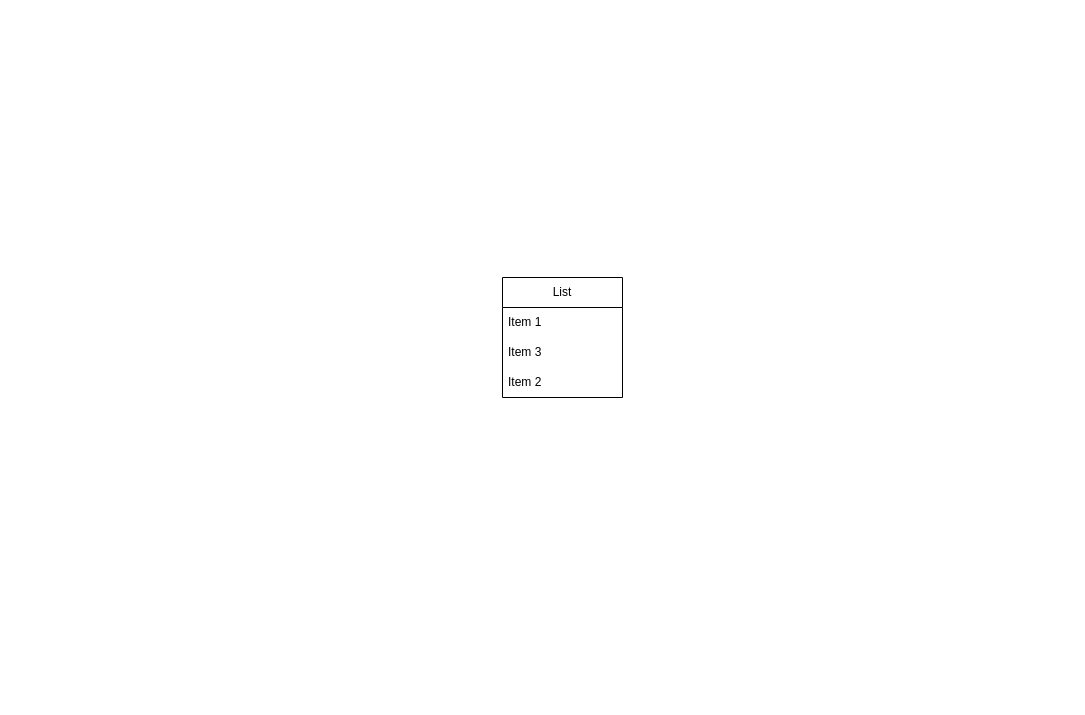
This is Activity1.drawio from CarlotaAyala/DataBase-act-1, a draw.io file, before an edit. Source tidied: cells renumbered, new cells numbered last; positions are measured from the earlier drawing's top-left corner, leaving out a move shared by most shapes. Both pictures are drawn from the tidied source at 100%, with x=0, y=0 at pixel (502, 277).
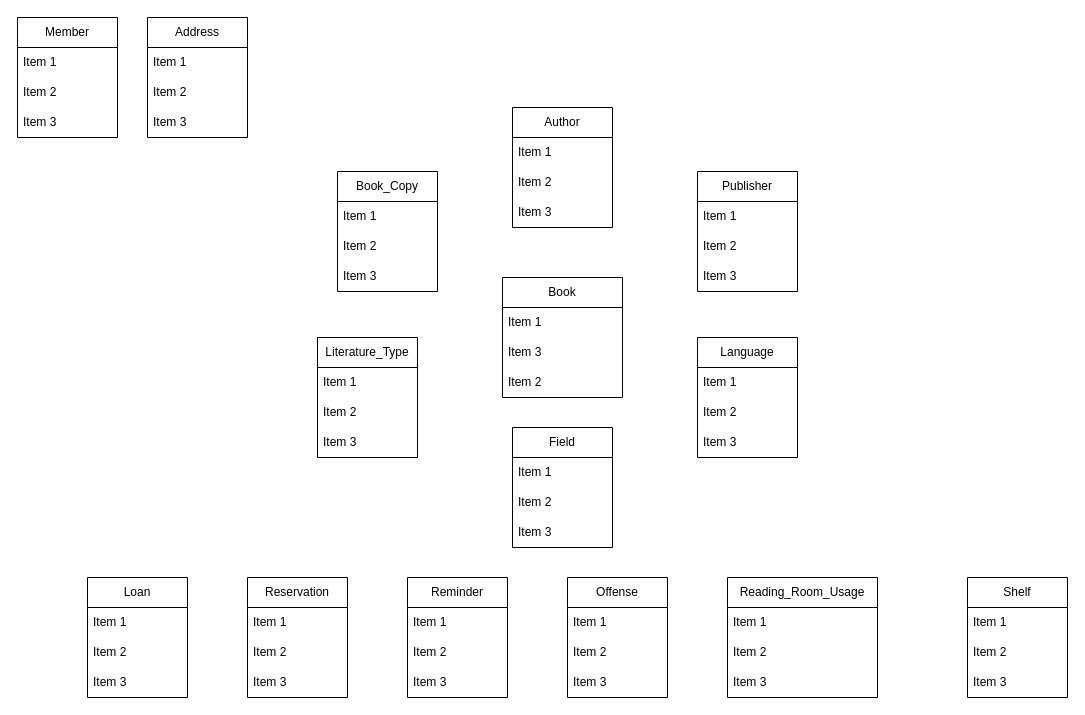
The same diagram, later.

What changed in the source:
```diff
@@
-    <mxCell id="2" value="List" style="swimlane;fontStyle=0;horizontal=1;startSize=30;whiteSpace=wrap;html=1;" parent="1" vertex="1">
+    <mxCell id="2" value="Book" style="swimlane;fontStyle=0;horizontal=1;startSize=30;whiteSpace=wrap;html=1;" parent="1" vertex="1">
       <mxGeometry width="120" height="120" as="geometry" />
     </mxCell>
@@
+    <mxCell id="6" value="Author" style="swimlane;fontStyle=0;horizontal=1;startSize=30;whiteSpace=wrap;html=1;" parent="1" vertex="1">
+      <mxGeometry x="10" y="-170" width="100" height="120" as="geometry" />
+    </mxCell>
+    <mxCell id="7" value="Item 1" style="text;strokeColor=none;fillColor=none;align=left;verticalAlign=middle;spacingLeft=4;spacingRight=4;overflow=hidden;whiteSpace=wrap;html=1;" parent="6" vertex="1">
+      <mxGeometry y="30" width="100" height="30" as="geometry" />
+    </mxCell>
+    <mxCell id="8" value="Item 2" style="text;strokeColor=none;fillColor=none;align=left;verticalAlign=middle;spacingLeft=4;spacingRight=4;overflow=hidden;whiteSpace=wrap;html=1;" parent="6" vertex="1">
+      <mxGeometry y="60" width="100" height="30" as="geometry" />
+    </mxCell>
+    <mxCell id="9" value="Item 3" style="text;strokeColor=none;fillColor=none;align=left;verticalAlign=middle;spacingLeft=4;spacingRight=4;overflow=hidden;whiteSpace=wrap;html=1;" parent="6" vertex="1">
+      <mxGeometry y="90" width="100" height="30" as="geometry" />
+    </mxCell>
+    <mxCell id="10" value="Publisher" style="swimlane;fontStyle=0;horizontal=1;startSize=30;whiteSpace=wrap;html=1;" parent="1" vertex="1">
+      <mxGeometry x="195" y="-106" width="100" height="120" as="geometry" />
+    </mxCell>
+    <mxCell id="11" value="Item 1" style="text;strokeColor=none;fillColor=none;align=left;verticalAlign=middle;spacingLeft=4;spacingRight=4;overflow=hidden;whiteSpace=wrap;html=1;" parent="10" vertex="1">
+      <mxGeometry y="30" width="100" height="30" as="geometry" />
+    </mxCell>
+    <mxCell id="12" value="Item 2" style="text;strokeColor=none;fillColor=none;align=left;verticalAlign=middle;spacingLeft=4;spacingRight=4;overflow=hidden;whiteSpace=wrap;html=1;" parent="10" vertex="1">
+      <mxGeometry y="60" width="100" height="30" as="geometry" />
+    </mxCell>
+    <mxCell id="13" value="Item 3" style="text;strokeColor=none;fillColor=none;align=left;verticalAlign=middle;spacingLeft=4;spacingRight=4;overflow=hidden;whiteSpace=wrap;html=1;" parent="10" vertex="1">
+      <mxGeometry y="90" width="100" height="30" as="geometry" />
+    </mxCell>
+    <mxCell id="14" value="Language" style="swimlane;fontStyle=0;horizontal=1;startSize=30;whiteSpace=wrap;html=1;" parent="1" vertex="1">
+      <mxGeometry x="195" y="60" width="100" height="120" as="geometry" />
+    </mxCell>
+    <mxCell id="15" value="Item 1" style="text;strokeColor=none;fillColor=none;align=left;verticalAlign=middle;spacingLeft=4;spacingRight=4;overflow=hidden;whiteSpace=wrap;html=1;" parent="14" vertex="1">
+      <mxGeometry y="30" width="100" height="30" as="geometry" />
+    </mxCell>
+    <mxCell id="16" value="Item 2" style="text;strokeColor=none;fillColor=none;align=left;verticalAlign=middle;spacingLeft=4;spacingRight=4;overflow=hidden;whiteSpace=wrap;html=1;" parent="14" vertex="1">
+      <mxGeometry y="60" width="100" height="30" as="geometry" />
+    </mxCell>
+    <mxCell id="17" value="Item 3" style="text;strokeColor=none;fillColor=none;align=left;verticalAlign=middle;spacingLeft=4;spacingRight=4;overflow=hidden;whiteSpace=wrap;html=1;" parent="14" vertex="1">
+      <mxGeometry y="90" width="100" height="30" as="geometry" />
+    </mxCell>
+    <mxCell id="18" value="Field" style="swimlane;fontStyle=0;horizontal=1;startSize=30;whiteSpace=wrap;html=1;" parent="1" vertex="1">
+      <mxGeometry x="10" y="150" width="100" height="120" as="geometry" />
+    </mxCell>
+    <mxCell id="19" value="Item 1" style="text;strokeColor=none;fillColor=none;align=left;verticalAlign=middle;spacingLeft=4;spacingRight=4;overflow=hidden;whiteSpace=wrap;html=1;" parent="18" vertex="1">
+      <mxGeometry y="30" width="100" height="30" as="geometry" />
+    </mxCell>
+    <mxCell id="20" value="Item 2" style="text;strokeColor=none;fillColor=none;align=left;verticalAlign=middle;spacingLeft=4;spacingRight=4;overflow=hidden;whiteSpace=wrap;html=1;" parent="18" vertex="1">
+      <mxGeometry y="60" width="100" height="30" as="geometry" />
+    </mxCell>
+    <mxCell id="21" value="Item 3" style="text;strokeColor=none;fillColor=none;align=left;verticalAlign=middle;spacingLeft=4;spacingRight=4;overflow=hidden;whiteSpace=wrap;html=1;" parent="18" vertex="1">
+      <mxGeometry y="90" width="100" height="30" as="geometry" />
+    </mxCell>
+    <mxCell id="22" value="Literature_Type" style="swimlane;fontStyle=0;horizontal=1;startSize=30;whiteSpace=wrap;html=1;" parent="1" vertex="1">
+      <mxGeometry x="-185" y="60" width="100" height="120" as="geometry" />
+    </mxCell>
+    <mxCell id="23" value="Item 1" style="text;strokeColor=none;fillColor=none;align=left;verticalAlign=middle;spacingLeft=4;spacingRight=4;overflow=hidden;whiteSpace=wrap;html=1;" parent="22" vertex="1">
+      <mxGeometry y="30" width="100" height="30" as="geometry" />
+    </mxCell>
+    <mxCell id="24" value="Item 2" style="text;strokeColor=none;fillColor=none;align=left;verticalAlign=middle;spacingLeft=4;spacingRight=4;overflow=hidden;whiteSpace=wrap;html=1;" parent="22" vertex="1">
+      <mxGeometry y="60" width="100" height="30" as="geometry" />
+    </mxCell>
+    <mxCell id="25" value="Item 3" style="text;strokeColor=none;fillColor=none;align=left;verticalAlign=middle;spacingLeft=4;spacingRight=4;overflow=hidden;whiteSpace=wrap;html=1;" parent="22" vertex="1">
+      <mxGeometry y="90" width="100" height="30" as="geometry" />
+    </mxCell>
+    <mxCell id="26" value="Book_Copy" style="swimlane;fontStyle=0;horizontal=1;startSize=30;whiteSpace=wrap;html=1;" parent="1" vertex="1">
+      <mxGeometry x="-165" y="-106" width="100" height="120" as="geometry" />
+    </mxCell>
+    <mxCell id="27" value="Item 1" style="text;strokeColor=none;fillColor=none;align=left;verticalAlign=middle;spacingLeft=4;spacingRight=4;overflow=hidden;whiteSpace=wrap;html=1;" parent="26" vertex="1">
+      <mxGeometry y="30" width="100" height="30" as="geometry" />
+    </mxCell>
+    <mxCell id="28" value="Item 2" style="text;strokeColor=none;fillColor=none;align=left;verticalAlign=middle;spacingLeft=4;spacingRight=4;overflow=hidden;whiteSpace=wrap;html=1;" parent="26" vertex="1">
+      <mxGeometry y="60" width="100" height="30" as="geometry" />
+    </mxCell>
+    <mxCell id="29" value="Item 3" style="text;strokeColor=none;fillColor=none;align=left;verticalAlign=middle;spacingLeft=4;spacingRight=4;overflow=hidden;whiteSpace=wrap;html=1;" parent="26" vertex="1">
+      <mxGeometry y="90" width="100" height="30" as="geometry" />
+    </mxCell>
+    <mxCell id="30" value="Member" style="swimlane;fontStyle=0;horizontal=1;startSize=30;whiteSpace=wrap;html=1;" parent="1" vertex="1">
+      <mxGeometry x="-485" y="-260" width="100" height="120" as="geometry" />
+    </mxCell>
+    <mxCell id="31" value="Item 1" style="text;strokeColor=none;fillColor=none;align=left;verticalAlign=middle;spacingLeft=4;spacingRight=4;overflow=hidden;whiteSpace=wrap;html=1;" parent="30" vertex="1">
+      <mxGeometry y="30" width="100" height="30" as="geometry" />
+    </mxCell>
+    <mxCell id="32" value="Item 2" style="text;strokeColor=none;fillColor=none;align=left;verticalAlign=middle;spacingLeft=4;spacingRight=4;overflow=hidden;whiteSpace=wrap;html=1;" parent="30" vertex="1">
+      <mxGeometry y="60" width="100" height="30" as="geometry" />
+    </mxCell>
+    <mxCell id="33" value="Item 3" style="text;strokeColor=none;fillColor=none;align=left;verticalAlign=middle;spacingLeft=4;spacingRight=4;overflow=hidden;whiteSpace=wrap;html=1;" parent="30" vertex="1">
+      <mxGeometry y="90" width="100" height="30" as="geometry" />
+    </mxCell>
+    <mxCell id="34" value="Address" style="swimlane;fontStyle=0;horizontal=1;startSize=30;whiteSpace=wrap;html=1;" parent="1" vertex="1">
+      <mxGeometry x="-355" y="-260" width="100" height="120" as="geometry" />
+    </mxCell>
+    <mxCell id="35" value="Item 1" style="text;strokeColor=none;fillColor=none;align=left;verticalAlign=middle;spacingLeft=4;spacingRight=4;overflow=hidden;whiteSpace=wrap;html=1;" parent="34" vertex="1">
+      <mxGeometry y="30" width="100" height="30" as="geometry" />
+    </mxCell>
+    <mxCell id="36" value="Item 2" style="text;strokeColor=none;fillColor=none;align=left;verticalAlign=middle;spacingLeft=4;spacingRight=4;overflow=hidden;whiteSpace=wrap;html=1;" parent="34" vertex="1">
+      <mxGeometry y="60" width="100" height="30" as="geometry" />
+    </mxCell>
+    <mxCell id="37" value="Item 3" style="text;strokeColor=none;fillColor=none;align=left;verticalAlign=middle;spacingLeft=4;spacingRight=4;overflow=hidden;whiteSpace=wrap;html=1;" parent="34" vertex="1">
+      <mxGeometry y="90" width="100" height="30" as="geometry" />
+    </mxCell>
+    <mxCell id="38" value="Loan" style="swimlane;fontStyle=0;horizontal=1;startSize=30;whiteSpace=wrap;html=1;" parent="1" vertex="1">
+      <mxGeometry x="-415" y="300" width="100" height="120" as="geometry" />
+    </mxCell>
+    <mxCell id="39" value="Item 1" style="text;strokeColor=none;fillColor=none;align=left;verticalAlign=middle;spacingLeft=4;spacingRight=4;overflow=hidden;whiteSpace=wrap;html=1;" parent="38" vertex="1">
+      <mxGeometry y="30" width="100" height="30" as="geometry" />
+    </mxCell>
+    <mxCell id="40" value="Item 2" style="text;strokeColor=none;fillColor=none;align=left;verticalAlign=middle;spacingLeft=4;spacingRight=4;overflow=hidden;whiteSpace=wrap;html=1;" parent="38" vertex="1">
+      <mxGeometry y="60" width="100" height="30" as="geometry" />
+    </mxCell>
+    <mxCell id="41" value="Item 3" style="text;strokeColor=none;fillColor=none;align=left;verticalAlign=middle;spacingLeft=4;spacingRight=4;overflow=hidden;whiteSpace=wrap;html=1;" parent="38" vertex="1">
+      <mxGeometry y="90" width="100" height="30" as="geometry" />
+    </mxCell>
+    <mxCell id="42" value="Reservation" style="swimlane;fontStyle=0;horizontal=1;startSize=30;whiteSpace=wrap;html=1;" parent="1" vertex="1">
+      <mxGeometry x="-255" y="300" width="100" height="120" as="geometry" />
+    </mxCell>
+    <mxCell id="43" value="Item 1" style="text;strokeColor=none;fillColor=none;align=left;verticalAlign=middle;spacingLeft=4;spacingRight=4;overflow=hidden;whiteSpace=wrap;html=1;" parent="42" vertex="1">
+      <mxGeometry y="30" width="100" height="30" as="geometry" />
+    </mxCell>
+    <mxCell id="44" value="Item 2" style="text;strokeColor=none;fillColor=none;align=left;verticalAlign=middle;spacingLeft=4;spacingRight=4;overflow=hidden;whiteSpace=wrap;html=1;" parent="42" vertex="1">
+      <mxGeometry y="60" width="100" height="30" as="geometry" />
+    </mxCell>
+    <mxCell id="45" value="Item 3" style="text;strokeColor=none;fillColor=none;align=left;verticalAlign=middle;spacingLeft=4;spacingRight=4;overflow=hidden;whiteSpace=wrap;html=1;" parent="42" vertex="1">
+      <mxGeometry y="90" width="100" height="30" as="geometry" />
+    </mxCell>
+    <mxCell id="46" value="Reminder" style="swimlane;fontStyle=0;horizontal=1;startSize=30;whiteSpace=wrap;html=1;" parent="1" vertex="1">
+      <mxGeometry x="-95" y="300" width="100" height="120" as="geometry" />
+    </mxCell>
+    <mxCell id="47" value="Item 1" style="text;strokeColor=none;fillColor=none;align=left;verticalAlign=middle;spacingLeft=4;spacingRight=4;overflow=hidden;whiteSpace=wrap;html=1;" parent="46" vertex="1">
+      <mxGeometry y="30" width="100" height="30" as="geometry" />
+    </mxCell>
+    <mxCell id="48" value="Item 2" style="text;strokeColor=none;fillColor=none;align=left;verticalAlign=middle;spacingLeft=4;spacingRight=4;overflow=hidden;whiteSpace=wrap;html=1;" parent="46" vertex="1">
+      <mxGeometry y="60" width="100" height="30" as="geometry" />
+    </mxCell>
+    <mxCell id="49" value="Item 3" style="text;strokeColor=none;fillColor=none;align=left;verticalAlign=middle;spacingLeft=4;spacingRight=4;overflow=hidden;whiteSpace=wrap;html=1;" parent="46" vertex="1">
+      <mxGeometry y="90" width="100" height="30" as="geometry" />
+    </mxCell>
+    <mxCell id="50" value="Offense" style="swimlane;fontStyle=0;horizontal=1;startSize=30;whiteSpace=wrap;html=1;" parent="1" vertex="1">
+      <mxGeometry x="65" y="300" width="100" height="120" as="geometry" />
+    </mxCell>
+    <mxCell id="51" value="Item 1" style="text;strokeColor=none;fillColor=none;align=left;verticalAlign=middle;spacingLeft=4;spacingRight=4;overflow=hidden;whiteSpace=wrap;html=1;" parent="50" vertex="1">
+      <mxGeometry y="30" width="100" height="30" as="geometry" />
+    </mxCell>
+    <mxCell id="52" value="Item 2" style="text;strokeColor=none;fillColor=none;align=left;verticalAlign=middle;spacingLeft=4;spacingRight=4;overflow=hidden;whiteSpace=wrap;html=1;" parent="50" vertex="1">
+      <mxGeometry y="60" width="100" height="30" as="geometry" />
+    </mxCell>
+    <mxCell id="53" value="Item 3" style="text;strokeColor=none;fillColor=none;align=left;verticalAlign=middle;spacingLeft=4;spacingRight=4;overflow=hidden;whiteSpace=wrap;html=1;" parent="50" vertex="1">
+      <mxGeometry y="90" width="100" height="30" as="geometry" />
+    </mxCell>
+    <mxCell id="54" value="Reading_Room_Usage" style="swimlane;fontStyle=0;horizontal=1;startSize=30;whiteSpace=wrap;html=1;" parent="1" vertex="1">
+      <mxGeometry x="225" y="300" width="150" height="120" as="geometry" />
+    </mxCell>
+    <mxCell id="55" value="Item 1" style="text;strokeColor=none;fillColor=none;align=left;verticalAlign=middle;spacingLeft=4;spacingRight=4;overflow=hidden;whiteSpace=wrap;html=1;" parent="54" vertex="1">
+      <mxGeometry y="30" width="150" height="30" as="geometry" />
+    </mxCell>
+    <mxCell id="56" value="Item 2" style="text;strokeColor=none;fillColor=none;align=left;verticalAlign=middle;spacingLeft=4;spacingRight=4;overflow=hidden;whiteSpace=wrap;html=1;" parent="54" vertex="1">
+      <mxGeometry y="60" width="150" height="30" as="geometry" />
+    </mxCell>
+    <mxCell id="57" value="Item 3" style="text;strokeColor=none;fillColor=none;align=left;verticalAlign=middle;spacingLeft=4;spacingRight=4;overflow=hidden;whiteSpace=wrap;html=1;" parent="54" vertex="1">
+      <mxGeometry y="90" width="150" height="30" as="geometry" />
+    </mxCell>
+    <mxCell id="58" value="Shelf" style="swimlane;fontStyle=0;horizontal=1;startSize=30;whiteSpace=wrap;html=1;" parent="1" vertex="1">
+      <mxGeometry x="465" y="300" width="100" height="120" as="geometry" />
+    </mxCell>
+    <mxCell id="59" value="Item 1" style="text;strokeColor=none;fillColor=none;align=left;verticalAlign=middle;spacingLeft=4;spacingRight=4;overflow=hidden;whiteSpace=wrap;html=1;" parent="58" vertex="1">
+      <mxGeometry y="30" width="100" height="30" as="geometry" />
+    </mxCell>
+    <mxCell id="60" value="Item 2" style="text;strokeColor=none;fillColor=none;align=left;verticalAlign=middle;spacingLeft=4;spacingRight=4;overflow=hidden;whiteSpace=wrap;html=1;" parent="58" vertex="1">
+      <mxGeometry y="60" width="100" height="30" as="geometry" />
+    </mxCell>
+    <mxCell id="61" value="Item 3" style="text;strokeColor=none;fillColor=none;align=left;verticalAlign=middle;spacingLeft=4;spacingRight=4;overflow=hidden;whiteSpace=wrap;html=1;" parent="58" vertex="1">
+      <mxGeometry y="90" width="100" height="30" as="geometry" />
+    </mxCell>
```
